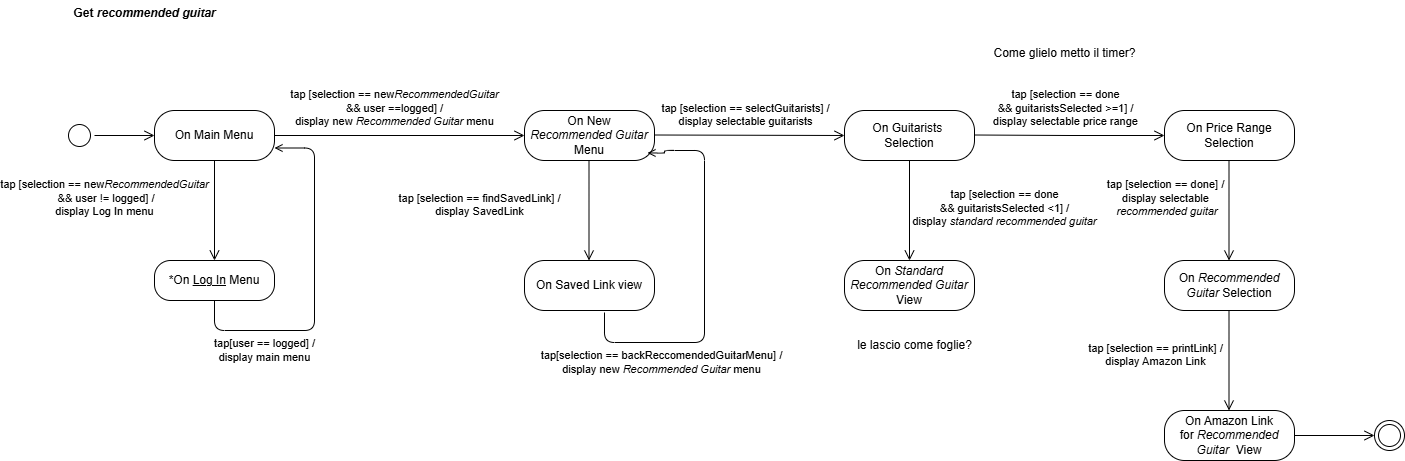
TizianoLilli/ISPW-Project keeps this draw.io diagram as diagrams/StateDiagramM.drawio.png. Above is the earlier version. Source tidied: cells renumbered, new cells last; positions are measured from the earlier drawing's top-left corner, leaving out a move shared by most shapes. The source it was exported from:
```xml
<mxGraphModel>
  <root>
    <mxCell id="0" />
    <mxCell id="1" parent="0" />
    <mxCell id="2" style="ellipse;html=1;shape=startState;labelBackgroundColor=none;" parent="1" vertex="1">
      <mxGeometry y="120" width="30" height="30" as="geometry" />
    </mxCell>
    <mxCell id="3" style="edgeStyle=orthogonalEdgeStyle;html=1;verticalAlign=bottom;endArrow=open;endSize=8;rounded=0;entryX=0;entryY=0.5;entryDx=0;entryDy=0;labelBackgroundColor=none;fontColor=default;" parent="1" edge="1" source="2" target="4">
      <mxGeometry relative="1" as="geometry" />
    </mxCell>
    <mxCell id="4" value="On Main Menu" style="rounded=1;whiteSpace=wrap;html=1;arcSize=40;labelBackgroundColor=none;" parent="1" vertex="1">
      <mxGeometry x="90" y="110" width="120" height="50" as="geometry" />
    </mxCell>
    <mxCell id="5" value="tap [selection == new&lt;i&gt;RecommendedGuitar&lt;/i&gt;&lt;div&gt;&lt;i&gt;&amp;nbsp;&lt;/i&gt;&amp;amp;&amp;amp; user != logged] /&lt;/div&gt;&lt;div&gt;display Log In menu&lt;/div&gt;" style="edgeStyle=orthogonalEdgeStyle;html=1;verticalAlign=bottom;endArrow=open;endSize=8;rounded=1;labelBackgroundColor=none;fontColor=default;entryX=0.5;entryY=0;entryDx=0;entryDy=0;curved=0;" parent="1" edge="1" source="4" target="6">
      <mxGeometry x="0.2" y="-110" relative="1" as="geometry" />
    </mxCell>
    <mxCell id="6" value="*On &lt;u&gt;Log In&lt;/u&gt; Menu" style="rounded=1;whiteSpace=wrap;html=1;arcSize=40;labelBackgroundColor=none;" parent="1" vertex="1">
      <mxGeometry x="90" y="260" width="120" height="40" as="geometry" />
    </mxCell>
    <mxCell id="7" value="tap[user == logged] /&lt;div&gt;display main menu&lt;/div&gt;" style="edgeStyle=orthogonalEdgeStyle;rounded=1;jettySize=auto;html=1;exitX=0.5;exitY=0;exitDx=0;exitDy=0;curved=0;endArrow=open;endFill=0;entryX=1;entryY=0.75;entryDx=0;entryDy=0;labelBackgroundColor=none;fontColor=default;" parent="1" edge="1" target="4">
      <mxGeometry x="-0.55" y="-20" relative="1" as="geometry">
        <mxPoint x="150" y="300" as="sourcePoint" />
        <Array as="points">
          <mxPoint x="150" y="330" />
          <mxPoint x="250" y="330" />
          <mxPoint x="250" y="148" />
        </Array>
      </mxGeometry>
    </mxCell>
    <mxCell id="8" value="On New&lt;div&gt;&lt;i&gt;Recommended Guitar&lt;/i&gt;&lt;/div&gt;&lt;div&gt;Menu&lt;/div&gt;" style="rounded=1;whiteSpace=wrap;html=1;arcSize=40;labelBackgroundColor=none;" parent="1" vertex="1">
      <mxGeometry x="460" y="110" width="130" height="50" as="geometry" />
    </mxCell>
    <mxCell id="9" value="tap [selection == new&lt;i&gt;RecommendedGuitar&lt;/i&gt;&lt;div&gt;&amp;amp;&amp;amp; user ==logged] /&lt;/div&gt;&lt;div&gt;display new &lt;i&gt;Recommended Guitar &lt;/i&gt;menu&lt;/div&gt;" style="edgeStyle=orthogonalEdgeStyle;html=1;verticalAlign=bottom;endArrow=open;endSize=8;rounded=1;labelBackgroundColor=none;fontColor=default;entryX=0;entryY=0.5;entryDx=0;entryDy=0;curved=0;exitX=1;exitY=0.5;exitDx=0;exitDy=0;" parent="1" edge="1" source="4" target="8">
      <mxGeometry x="-0.04" y="5" relative="1" as="geometry" />
    </mxCell>
    <mxCell id="10" value="tap [selection == findSavedLink] /&lt;div&gt;display SavedLink&lt;/div&gt;" style="edgeStyle=orthogonalEdgeStyle;html=1;verticalAlign=bottom;endArrow=open;endSize=8;rounded=1;labelBackgroundColor=none;fontColor=default;entryX=0.5;entryY=0;entryDx=0;entryDy=0;curved=0;" parent="1" edge="1">
      <mxGeometry x="0.2" y="-110" relative="1" as="geometry">
        <mxPoint x="524.5" y="160" as="sourcePoint" />
        <mxPoint x="524.5" y="260" as="targetPoint" />
      </mxGeometry>
    </mxCell>
    <mxCell id="11" value="On Guitarists&amp;nbsp;&lt;div&gt;Selection&lt;/div&gt;" style="rounded=1;whiteSpace=wrap;html=1;arcSize=40;labelBackgroundColor=none;" parent="1" vertex="1">
      <mxGeometry x="780" y="110" width="130" height="50" as="geometry" />
    </mxCell>
    <mxCell id="12" value="tap [selection == selectGuitarists] /&lt;div&gt;display selectable guitarists&lt;/div&gt;" style="edgeStyle=orthogonalEdgeStyle;html=1;verticalAlign=bottom;endArrow=open;endSize=8;rounded=1;labelBackgroundColor=none;fontColor=default;entryX=0;entryY=0.5;entryDx=0;entryDy=0;curved=0;exitX=1;exitY=0.5;exitDx=0;exitDy=0;" parent="1" edge="1" target="11">
      <mxGeometry x="-0.04" y="5" relative="1" as="geometry">
        <mxPoint x="590" y="134.5" as="sourcePoint" />
      </mxGeometry>
    </mxCell>
    <mxCell id="13" value="tap [selection == done&lt;div&gt;&amp;amp;&amp;amp; guitaristsSelected &amp;gt;=1] /&lt;/div&gt;&lt;div&gt;display selectable price range&lt;/div&gt;" style="edgeStyle=orthogonalEdgeStyle;html=1;verticalAlign=bottom;endArrow=open;endSize=8;rounded=1;labelBackgroundColor=none;fontColor=default;entryX=0;entryY=0.5;entryDx=0;entryDy=0;curved=0;exitX=1;exitY=0.5;exitDx=0;exitDy=0;" parent="1" edge="1">
      <mxGeometry x="-0.04" y="5" relative="1" as="geometry">
        <mxPoint x="910" y="134.5" as="sourcePoint" />
        <mxPoint x="1100" y="135" as="targetPoint" />
      </mxGeometry>
    </mxCell>
    <mxCell id="14" value="On Price Range&lt;div&gt;Selection&lt;/div&gt;" style="rounded=1;whiteSpace=wrap;html=1;arcSize=40;labelBackgroundColor=none;" parent="1" vertex="1">
      <mxGeometry x="1100" y="110" width="130" height="50" as="geometry" />
    </mxCell>
    <mxCell id="15" value="tap [selection == done&lt;div&gt;&amp;amp;&amp;amp; guitaristsSelected &amp;lt;1] /&lt;/div&gt;&lt;div&gt;display &lt;i&gt;standard recommended guitar&lt;/i&gt;&lt;/div&gt;" style="edgeStyle=orthogonalEdgeStyle;html=1;verticalAlign=bottom;endArrow=open;endSize=8;rounded=1;labelBackgroundColor=none;fontColor=default;entryX=0.5;entryY=0;entryDx=0;entryDy=0;curved=0;" parent="1" edge="1">
      <mxGeometry x="0.4" y="95" relative="1" as="geometry">
        <mxPoint x="845" y="160" as="sourcePoint" />
        <mxPoint x="845" y="260" as="targetPoint" />
      </mxGeometry>
    </mxCell>
    <mxCell id="16" value="On &lt;i&gt;Standard Recommended Guitar&lt;/i&gt;&lt;div&gt;View&lt;/div&gt;" style="rounded=1;whiteSpace=wrap;html=1;arcSize=40;labelBackgroundColor=none;" parent="1" vertex="1">
      <mxGeometry x="780" y="260" width="130" height="50" as="geometry" />
    </mxCell>
    <mxCell id="17" value="tap [selection == done&lt;span style=&quot;background-color: initial;&quot;&gt;] /&lt;/span&gt;&lt;div&gt;display selectable&lt;/div&gt;&lt;div&gt;&lt;i&gt;&amp;nbsp;recommended guitar&lt;/i&gt;&lt;/div&gt;" style="edgeStyle=orthogonalEdgeStyle;html=1;verticalAlign=bottom;endArrow=open;endSize=8;rounded=1;labelBackgroundColor=none;fontColor=default;entryX=0.5;entryY=0;entryDx=0;entryDy=0;curved=0;" parent="1" edge="1">
      <mxGeometry x="0.2" y="-64" relative="1" as="geometry">
        <mxPoint x="1164.5" y="160" as="sourcePoint" />
        <mxPoint x="1164.5" y="260" as="targetPoint" />
      </mxGeometry>
    </mxCell>
    <mxCell id="18" value="On &lt;i&gt;Recommended Guitar &lt;/i&gt;Selection" style="rounded=1;whiteSpace=wrap;html=1;arcSize=40;labelBackgroundColor=none;" parent="1" vertex="1">
      <mxGeometry x="1100" y="260" width="130" height="50" as="geometry" />
    </mxCell>
    <mxCell id="19" value="tap [selection == printLink] /&lt;div&gt;display Amazon Link&lt;/div&gt;" style="edgeStyle=orthogonalEdgeStyle;html=1;verticalAlign=bottom;endArrow=open;endSize=8;rounded=1;labelBackgroundColor=none;fontColor=default;entryX=0.5;entryY=0;entryDx=0;entryDy=0;curved=0;" parent="1" edge="1">
      <mxGeometry x="0.2" y="-74" relative="1" as="geometry">
        <mxPoint x="1164.5" y="310" as="sourcePoint" />
        <mxPoint x="1164.5" y="410" as="targetPoint" />
      </mxGeometry>
    </mxCell>
    <mxCell id="20" value="On Amazon Link for&amp;nbsp;&lt;i&gt;Recommended Guitar&amp;nbsp; &lt;/i&gt;View" style="rounded=1;whiteSpace=wrap;html=1;arcSize=40;labelBackgroundColor=none;" parent="1" vertex="1">
      <mxGeometry x="1100" y="410" width="130" height="50" as="geometry" />
    </mxCell>
    <mxCell id="21" style="ellipse;html=1;shape=endState;labelBackgroundColor=none;" parent="1" vertex="1">
      <mxGeometry x="1310" y="420" width="30" height="30" as="geometry" />
    </mxCell>
    <mxCell id="22" style="edgeStyle=orthogonalEdgeStyle;html=1;verticalAlign=bottom;endArrow=open;endSize=8;rounded=1;labelBackgroundColor=none;fontColor=default;entryX=0;entryY=0.5;entryDx=0;entryDy=0;curved=0;exitX=1;exitY=0.5;exitDx=0;exitDy=0;" parent="1" edge="1" source="20" target="21">
      <mxGeometry x="0.2" y="-64" relative="1" as="geometry" />
    </mxCell>
    <mxCell id="23" value="Come glielo metto il timer?" style="text;html=1;align=center;verticalAlign=middle;strokeColor=none;fillColor=none;" parent="1" vertex="1">
      <mxGeometry x="915" y="38" width="170" height="30" as="geometry" />
    </mxCell>
    <mxCell id="24" value="Get &lt;i&gt;recommended guitar&lt;/i&gt;" style="text;align=center;fontStyle=1;verticalAlign=middle;spacingLeft=3;spacingRight=3;strokeColor=none;html=1;" parent="1" vertex="1">
      <mxGeometry x="40" width="80" height="26" as="geometry" />
    </mxCell>
    <mxCell id="25" style="edgeStyle=orthogonalEdgeStyle;rounded=0;orthogonalLoop=1;jettySize=auto;html=1;exitX=0.5;exitY=1;exitDx=0;exitDy=0;" parent="1" edge="1" source="8" target="8">
      <mxGeometry relative="1" as="geometry" />
    </mxCell>
    <mxCell id="26" value="On Saved Link view" style="rounded=1;whiteSpace=wrap;html=1;arcSize=40;labelBackgroundColor=none;" parent="1" vertex="1">
      <mxGeometry x="460" y="260" width="130" height="50" as="geometry" />
    </mxCell>
    <mxCell id="27" value="le lascio come foglie?" style="text;html=1;align=center;verticalAlign=middle;strokeColor=none;fillColor=none;" parent="1" vertex="1">
      <mxGeometry x="780" y="330" width="140" height="30" as="geometry" />
    </mxCell>
    <mxCell id="28" value="tap[selection == backReccomendedGuitarMenu] /&lt;div&gt;display new &lt;i&gt;Recommended Guitar &lt;/i&gt;menu&lt;/div&gt;" style="edgeStyle=orthogonalEdgeStyle;rounded=1;jettySize=auto;html=1;exitX=0.5;exitY=0;exitDx=0;exitDy=0;curved=0;endArrow=open;endFill=0;entryX=0.946;entryY=0.849;entryDx=0;entryDy=0;labelBackgroundColor=none;fontColor=default;entryPerimeter=0;" parent="1" edge="1" target="8">
      <mxGeometry x="-0.54" y="-20" relative="1" as="geometry">
        <mxPoint x="540" y="312" as="sourcePoint" />
        <Array as="points">
          <mxPoint x="540" y="342" />
          <mxPoint x="640" y="342" />
          <mxPoint x="640" y="150" />
          <mxPoint x="600" y="150" />
          <mxPoint x="600" y="153" />
        </Array>
      </mxGeometry>
    </mxCell>
  </root>
</mxGraphModel>
```
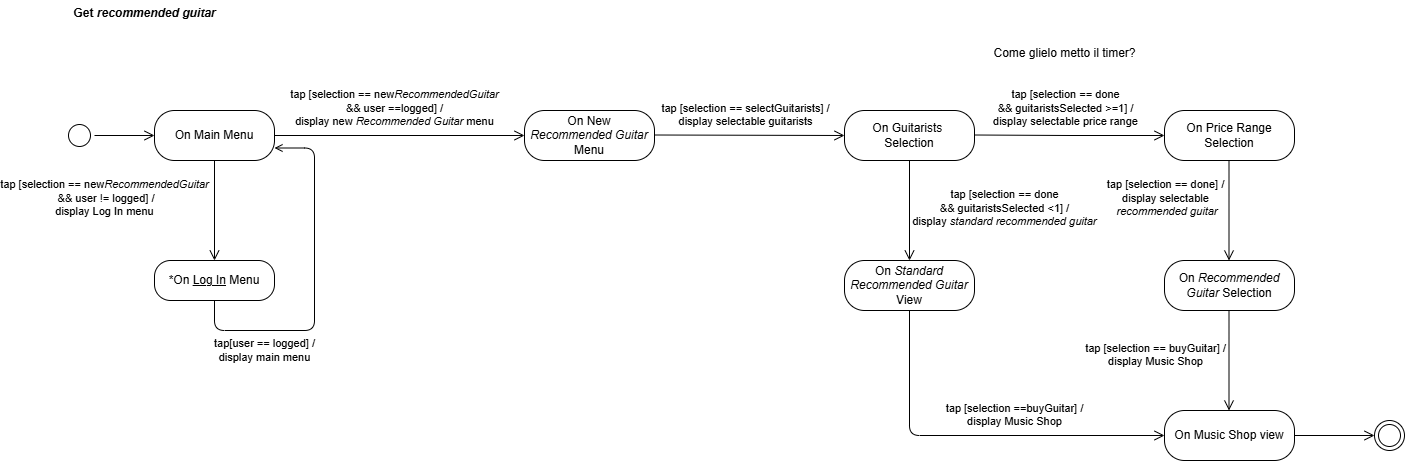
The same diagram one commit later.

What changed in the source:
```diff
@@ -33,12 +33,6 @@
     <mxCell id="9" value="tap [selection == new&lt;i&gt;RecommendedGuitar&lt;/i&gt;&lt;div&gt;&amp;amp;&amp;amp; user ==logged] /&lt;/div&gt;&lt;div&gt;display new &lt;i&gt;Recommended Guitar &lt;/i&gt;menu&lt;/div&gt;" style="edgeStyle=orthogonalEdgeStyle;html=1;verticalAlign=bottom;endArrow=open;endSize=8;rounded=1;labelBackgroundColor=none;fontColor=default;entryX=0;entryY=0.5;entryDx=0;entryDy=0;curved=0;exitX=1;exitY=0.5;exitDx=0;exitDy=0;" parent="1" edge="1" source="4" target="8">
       <mxGeometry x="-0.04" y="5" relative="1" as="geometry" />
     </mxCell>
-    <mxCell id="10" value="tap [selection == findSavedLink] /&lt;div&gt;display SavedLink&lt;/div&gt;" style="edgeStyle=orthogonalEdgeStyle;html=1;verticalAlign=bottom;endArrow=open;endSize=8;rounded=1;labelBackgroundColor=none;fontColor=default;entryX=0.5;entryY=0;entryDx=0;entryDy=0;curved=0;" parent="1" edge="1">
-      <mxGeometry x="0.2" y="-110" relative="1" as="geometry">
-        <mxPoint x="524.5" y="160" as="sourcePoint" />
-        <mxPoint x="524.5" y="260" as="targetPoint" />
-      </mxGeometry>
-    </mxCell>
     <mxCell id="11" value="On Guitarists&amp;nbsp;&lt;div&gt;Selection&lt;/div&gt;" style="rounded=1;whiteSpace=wrap;html=1;arcSize=40;labelBackgroundColor=none;" parent="1" vertex="1">
       <mxGeometry x="780" y="110" width="130" height="50" as="geometry" />
     </mxCell>
@@ -74,13 +68,13 @@
     <mxCell id="18" value="On &lt;i&gt;Recommended Guitar &lt;/i&gt;Selection" style="rounded=1;whiteSpace=wrap;html=1;arcSize=40;labelBackgroundColor=none;" parent="1" vertex="1">
       <mxGeometry x="1100" y="260" width="130" height="50" as="geometry" />
     </mxCell>
-    <mxCell id="19" value="tap [selection == printLink] /&lt;div&gt;display Amazon Link&lt;/div&gt;" style="edgeStyle=orthogonalEdgeStyle;html=1;verticalAlign=bottom;endArrow=open;endSize=8;rounded=1;labelBackgroundColor=none;fontColor=default;entryX=0.5;entryY=0;entryDx=0;entryDy=0;curved=0;" parent="1" edge="1">
+    <mxCell id="19" value="tap [selection == buyGuitar] /&lt;div&gt;display Music Shop&lt;/div&gt;" style="edgeStyle=orthogonalEdgeStyle;html=1;verticalAlign=bottom;endArrow=open;endSize=8;rounded=1;labelBackgroundColor=none;fontColor=default;entryX=0.5;entryY=0;entryDx=0;entryDy=0;curved=0;" parent="1" edge="1">
       <mxGeometry x="0.2" y="-74" relative="1" as="geometry">
         <mxPoint x="1164.5" y="310" as="sourcePoint" />
         <mxPoint x="1164.5" y="410" as="targetPoint" />
       </mxGeometry>
     </mxCell>
-    <mxCell id="20" value="On Amazon Link for&amp;nbsp;&lt;i&gt;Recommended Guitar&amp;nbsp; &lt;/i&gt;View" style="rounded=1;whiteSpace=wrap;html=1;arcSize=40;labelBackgroundColor=none;" parent="1" vertex="1">
+    <mxCell id="20" value="On Music Shop view" style="rounded=1;whiteSpace=wrap;html=1;arcSize=40;labelBackgroundColor=none;" parent="1" vertex="1">
       <mxGeometry x="1100" y="410" width="130" height="50" as="geometry" />
     </mxCell>
     <mxCell id="21" style="ellipse;html=1;shape=endState;labelBackgroundColor=none;" parent="1" vertex="1">
@@ -98,23 +92,8 @@
     <mxCell id="25" style="edgeStyle=orthogonalEdgeStyle;rounded=0;orthogonalLoop=1;jettySize=auto;html=1;exitX=0.5;exitY=1;exitDx=0;exitDy=0;" parent="1" edge="1" source="8" target="8">
       <mxGeometry relative="1" as="geometry" />
     </mxCell>
-    <mxCell id="26" value="On Saved Link view" style="rounded=1;whiteSpace=wrap;html=1;arcSize=40;labelBackgroundColor=none;" parent="1" vertex="1">
-      <mxGeometry x="460" y="260" width="130" height="50" as="geometry" />
-    </mxCell>
-    <mxCell id="27" value="le lascio come foglie?" style="text;html=1;align=center;verticalAlign=middle;strokeColor=none;fillColor=none;" parent="1" vertex="1">
-      <mxGeometry x="780" y="330" width="140" height="30" as="geometry" />
-    </mxCell>
-    <mxCell id="28" value="tap[selection == backReccomendedGuitarMenu] /&lt;div&gt;display new &lt;i&gt;Recommended Guitar &lt;/i&gt;menu&lt;/div&gt;" style="edgeStyle=orthogonalEdgeStyle;rounded=1;jettySize=auto;html=1;exitX=0.5;exitY=0;exitDx=0;exitDy=0;curved=0;endArrow=open;endFill=0;entryX=0.946;entryY=0.849;entryDx=0;entryDy=0;labelBackgroundColor=none;fontColor=default;entryPerimeter=0;" parent="1" edge="1" target="8">
-      <mxGeometry x="-0.54" y="-20" relative="1" as="geometry">
-        <mxPoint x="540" y="312" as="sourcePoint" />
-        <Array as="points">
-          <mxPoint x="540" y="342" />
-          <mxPoint x="640" y="342" />
-          <mxPoint x="640" y="150" />
-          <mxPoint x="600" y="150" />
-          <mxPoint x="600" y="153" />
-        </Array>
-      </mxGeometry>
-    </mxCell>
+    <mxCell id="29" value="tap [selection ==buyGuitar] /&lt;div&gt;display Music Shop&lt;/div&gt;" style="edgeStyle=orthogonalEdgeStyle;html=1;verticalAlign=bottom;endArrow=open;endSize=8;rounded=1;labelBackgroundColor=none;fontColor=default;entryX=0;entryY=0.5;entryDx=0;entryDy=0;curved=0;exitX=0.5;exitY=1;exitDx=0;exitDy=0;" parent="1" edge="1" source="16" target="20">
+      <mxGeometry x="0.21" y="5" relative="1" as="geometry" />
+    </mxCell>
   </root>
 </mxGraphModel>
```
